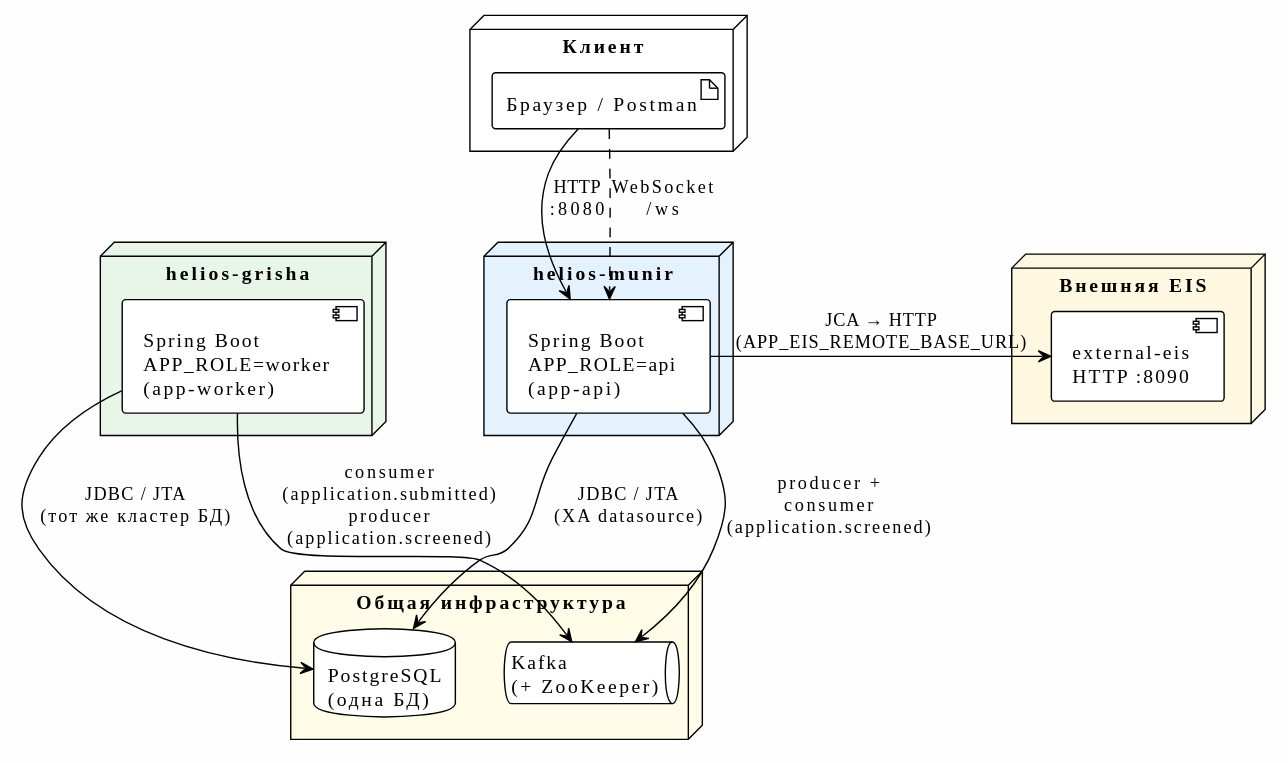
The PlantUML diagram report/diagrams/deployment_eis.svg in msuny-c/hh-process, before a commit.
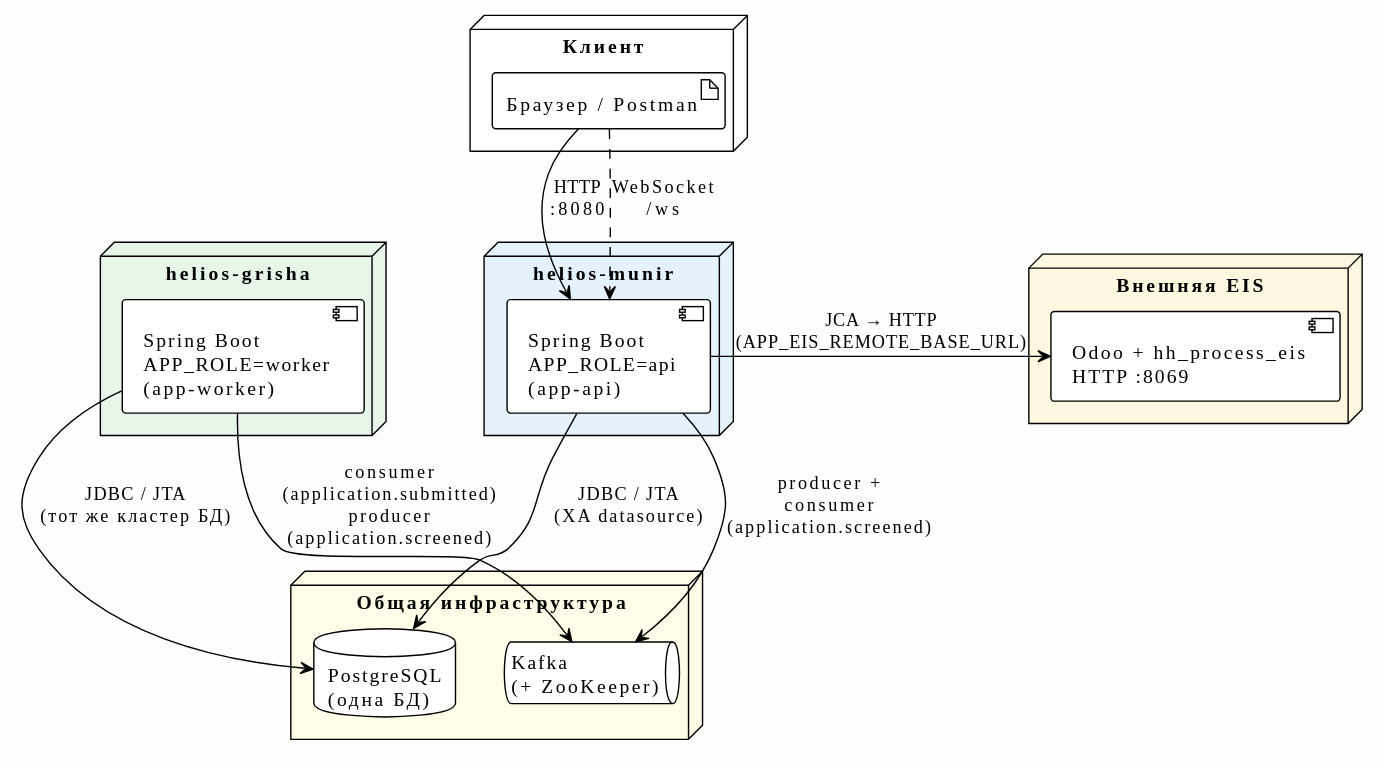
Later version of the same file.

Change to the diagram source:
```diff
@@ -21,7 +21,7 @@
 }
 
 node "Внешняя EIS" as eis #FFF8E1 {
-  component "external-eis\nHTTP :8090" as exteis
+  component "Odoo + hh_process_eis\nHTTP :8069" as exteis
 }
 
 browser -down-> api : HTTP\n:8080
```
